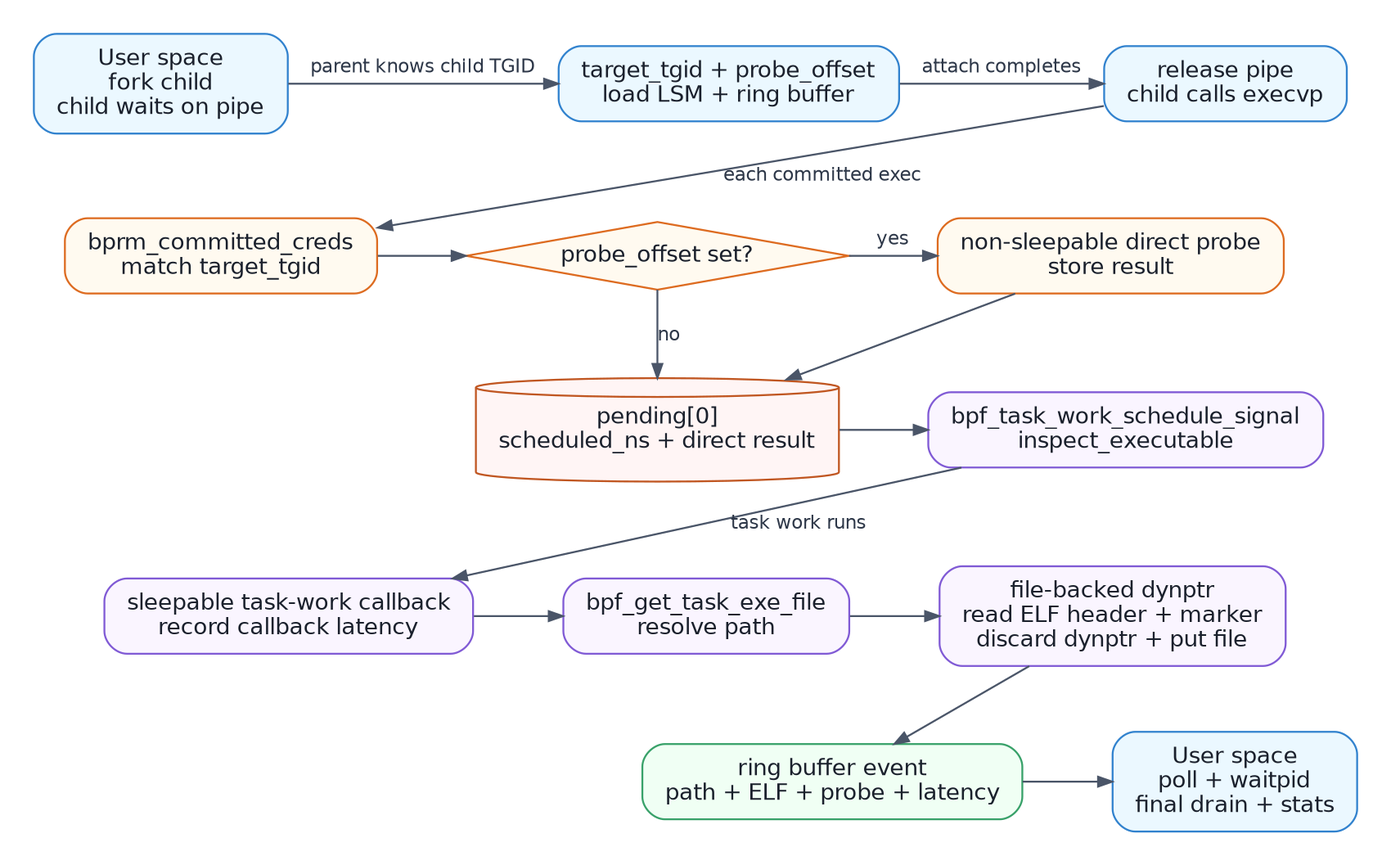
The Graphviz diagram docs/tutorials/54-exec-image-inspector/exec-image-flow.png in eunomia-bpf/eunomia.dev, before a commit. Its source is kept beside it as docs/tutorials/54-exec-image-inspector/exec-image-flow.dot. The source it was exported from:
```dot
digraph exec_image_flow {
  graph [
    rankdir=TB,
    bgcolor="white",
    pad="0.25",
    nodesep="0.34",
    ranksep="0.46",
    splines=spline,
    size="10,7.5",
    ratio=compress,
    newrank=true,
    fontname="DejaVu Sans"
  ];
  node [
    shape=box,
    style="rounded,filled",
    fillcolor="#F7FAFC",
    color="#4A5568",
    fontcolor="#1A202C",
    fontname="DejaVu Sans",
    fontsize=12,
    margin="0.16,0.10"
  ];
  edge [
    color="#4A5568",
    fontcolor="#2D3748",
    fontname="DejaVu Sans",
    fontsize=10,
    arrowsize=0.75
  ];

  fork [
    label="User space\nfork child\nchild waits on pipe",
    fillcolor="#EBF8FF",
    color="#3182CE"
  ];
  prepare [
    label="target_tgid + probe_offset\nload LSM + ring buffer",
    fillcolor="#EBF8FF",
    color="#3182CE"
  ];
  exec [
    label="release pipe\nchild calls execvp",
    fillcolor="#EBF8FF",
    color="#3182CE"
  ];
  hook [
    label="bprm_committed_creds\nmatch target_tgid",
    fillcolor="#FFFAF0",
    color="#DD6B20"
  ];
  probe [
    label="probe_offset set?",
    shape=diamond,
    style="filled",
    fillcolor="#FFFAF0",
    color="#DD6B20",
    margin="0.10,0.05"
  ];
  direct [
    label="non-sleepable direct probe\nstore result",
    fillcolor="#FFFAF0",
    color="#DD6B20"
  ];
  pending [
    label="pending[0]\nscheduled_ns + direct result",
    shape=cylinder,
    fillcolor="#FFF5F5",
    color="#C05621"
  ];
  schedule [
    label="bpf_task_work_schedule_signal\ninspect_executable",
    fillcolor="#FAF5FF",
    color="#805AD5"
  ];
  callback [
    label="sleepable task-work callback\nrecord callback latency",
    fillcolor="#FAF5FF",
    color="#805AD5"
  ];
  file [
    label="bpf_get_task_exe_file\nresolve path",
    fillcolor="#FAF5FF",
    color="#805AD5"
  ];
  read [
    label="file-backed dynptr\nread ELF header + marker\ndiscard dynptr + put file",
    fillcolor="#FAF5FF",
    color="#805AD5"
  ];
  event [
    label="ring buffer event\npath + ELF + probe + latency",
    fillcolor="#F0FFF4",
    color="#38A169"
  ];
  collect [
    label="User space\npoll + waitpid\nfinal drain + stats",
    fillcolor="#EBF8FF",
    color="#3182CE"
  ];

  { rank=same; fork; prepare; exec; }
  { rank=same; hook; probe; direct; }
  { rank=same; pending; schedule; }
  { rank=same; callback; file; read; }
  { rank=same; event; collect; }

  fork -> prepare [label="parent knows child TGID"];
  prepare -> exec [label="attach completes"];
  exec -> hook [label="each committed exec"];
  hook -> probe;
  probe -> direct [label="yes"];
  probe -> pending [label="no"];
  direct -> pending;
  pending -> schedule;
  schedule -> callback [label="task work runs"];
  callback -> file;
  file -> read;
  read -> event;
  event -> collect;
}
```
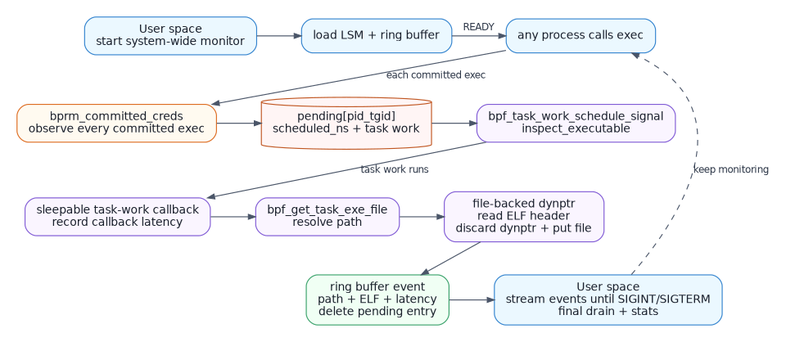
Later version of the same file.

Diff of the diagram source:
```diff
@@ -29,41 +29,28 @@
     arrowsize=0.75
   ];
 
-  fork [
-    label="User space\nfork child\nchild waits on pipe",
+  start [
+    label="User space\nstart system-wide monitor",
     fillcolor="#EBF8FF",
     color="#3182CE"
   ];
   prepare [
-    label="target_tgid + probe_offset\nload LSM + ring buffer",
+    label="load LSM + ring buffer",
     fillcolor="#EBF8FF",
     color="#3182CE"
   ];
   exec [
-    label="release pipe\nchild calls execvp",
+    label="any process calls exec",
     fillcolor="#EBF8FF",
     color="#3182CE"
   ];
   hook [
-    label="bprm_committed_creds\nmatch target_tgid",
-    fillcolor="#FFFAF0",
-    color="#DD6B20"
-  ];
-  probe [
-    label="probe_offset set?",
-    shape=diamond,
-    style="filled",
-    fillcolor="#FFFAF0",
-    color="#DD6B20",
-    margin="0.10,0.05"
-  ];
-  direct [
-    label="non-sleepable direct probe\nstore result",
+    label="bprm_committed_creds\nobserve every committed exec",
     fillcolor="#FFFAF0",
     color="#DD6B20"
   ];
   pending [
-    label="pending[0]\nscheduled_ns + direct result",
+    label="pending[pid_tgid]\nscheduled_ns + task work",
     shape=cylinder,
     fillcolor="#FFF5F5",
     color="#C05621"
@@ -84,38 +71,35 @@
     color="#805AD5"
   ];
   read [
-    label="file-backed dynptr\nread ELF header + marker\ndiscard dynptr + put file",
+    label="file-backed dynptr\nread ELF header\ndiscard dynptr + put file",
     fillcolor="#FAF5FF",
     color="#805AD5"
   ];
   event [
-    label="ring buffer event\npath + ELF + probe + latency",
+    label="ring buffer event\npath + ELF + latency\ndelete pending entry",
     fillcolor="#F0FFF4",
     color="#38A169"
   ];
   collect [
-    label="User space\npoll + waitpid\nfinal drain + stats",
+    label="User space\nstream events until SIGINT/SIGTERM\nfinal drain + stats",
     fillcolor="#EBF8FF",
     color="#3182CE"
   ];
 
-  { rank=same; fork; prepare; exec; }
-  { rank=same; hook; probe; direct; }
-  { rank=same; pending; schedule; }
+  { rank=same; start; prepare; exec; }
+  { rank=same; hook; pending; schedule; }
   { rank=same; callback; file; read; }
   { rank=same; event; collect; }
 
-  fork -> prepare [label="parent knows child TGID"];
-  prepare -> exec [label="attach completes"];
+  start -> prepare;
+  prepare -> exec [label="READY"];
   exec -> hook [label="each committed exec"];
-  hook -> probe;
-  probe -> direct [label="yes"];
-  probe -> pending [label="no"];
-  direct -> pending;
+  hook -> pending;
   pending -> schedule;
   schedule -> callback [label="task work runs"];
   callback -> file;
   file -> read;
   read -> event;
   event -> collect;
+  collect -> exec [label="keep monitoring", style=dashed];
 }
```
